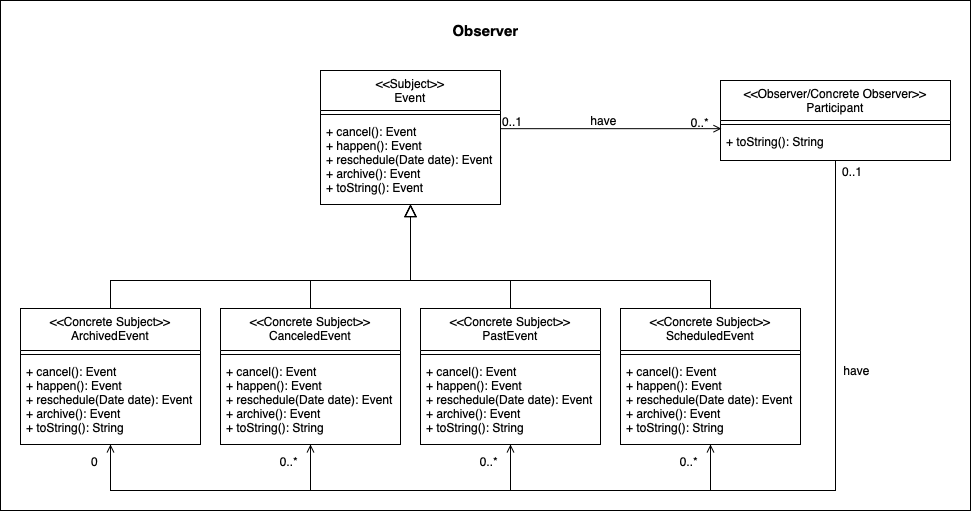
This is diagrams/Observer_UML.png from wsczd11/SENG301-Event_Manager, a draw.io export, as it was before one commit. Source tidied: cells renumbered, new cells last; positions are measured from the earlier drawing's top-left corner, leaving out a move shared by most shapes.
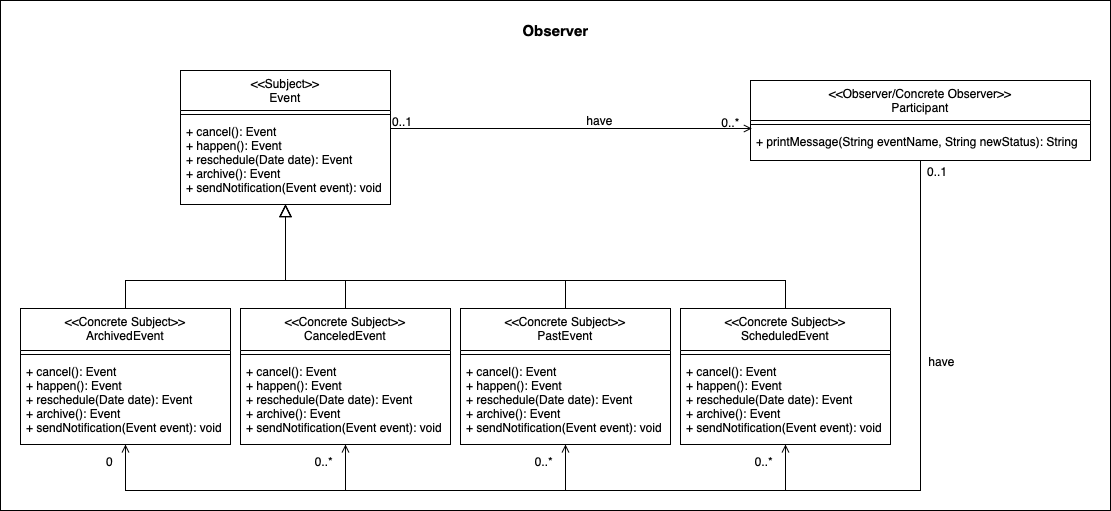
Above is the later version.

What changed in the source:
```diff
@@ -3,16 +3,16 @@
     <mxCell id="0" />
     <mxCell id="1" parent="0" />
     <mxCell id="2" style="rounded=0;whiteSpace=wrap;html=1;" parent="1" vertex="1">
-      <mxGeometry width="970" height="510" as="geometry" />
+      <mxGeometry width="1110" height="510" as="geometry" />
     </mxCell>
     <mxCell id="3" value="&lt;&lt;Subject&gt;&gt;&#10;Event" style="swimlane;fontStyle=0;align=center;verticalAlign=top;horizontal=1;startSize=40;rounded=0;shadow=0;strokeWidth=1;" parent="1" vertex="1">
-      <mxGeometry x="320" y="70" width="180" height="134" as="geometry" />
+      <mxGeometry x="180" y="70" width="210" height="134" as="geometry" />
     </mxCell>
     <mxCell id="4" style="line;html=1;strokeWidth=1;align=left;verticalAlign=middle;spacingTop=-1;spacingLeft=3;spacingRight=3;labelPosition=right;" parent="3" vertex="1">
-      <mxGeometry y="40" width="180" height="8" as="geometry" />
+      <mxGeometry y="40" width="210" height="8" as="geometry" />
     </mxCell>
-    <mxCell id="5" value="+ cancel(): Event&#10;+ happen(): Event&#10;+ reschedule(Date date): Event&#10;+ archive(): Event&#10;+ toString(): Event " style="text;align=left;verticalAlign=top;spacingLeft=4;spacingRight=4;overflow=hidden;" parent="3" vertex="1">
-      <mxGeometry y="48" width="180" height="86" as="geometry" />
+    <mxCell id="5" value="+ cancel(): Event&#10;+ happen(): Event&#10;+ reschedule(Date date): Event&#10;+ archive(): Event&#10;+ sendNotification(Event event): void " style="text;align=left;verticalAlign=top;spacingLeft=4;spacingRight=4;overflow=hidden;" parent="3" vertex="1">
+      <mxGeometry y="48" width="210" height="86" as="geometry" />
     </mxCell>
     <mxCell id="6" style="endArrow=open;shadow=0;strokeWidth=1;rounded=0;endFill=1;edgeStyle=elbowEdgeStyle;elbow=vertical;entryX=0.004;entryY=-0.004;entryDx=0;entryDy=0;entryPerimeter=0;" parent="1" edge="1" source="3" target="28">
       <mxGeometry x="0.5" y="41" relative="1" as="geometry">
@@ -35,40 +35,40 @@
       </mxGeometry>
     </mxCell>
     <mxCell id="10" value="&lt;&lt;Concrete Subject&gt;&gt;&#10;ArchivedEvent" style="swimlane;fontStyle=0;align=center;verticalAlign=top;horizontal=1;startSize=42;rounded=0;shadow=0;strokeWidth=1;" parent="1" vertex="1">
-      <mxGeometry x="20" y="308" width="180" height="136" as="geometry" />
+      <mxGeometry x="20" y="308" width="210" height="136" as="geometry" />
     </mxCell>
     <mxCell id="11" style="line;html=1;strokeWidth=1;align=left;verticalAlign=middle;spacingTop=-1;spacingLeft=3;spacingRight=3;labelPosition=right;" parent="10" vertex="1">
-      <mxGeometry y="42" width="180" height="8" as="geometry" />
+      <mxGeometry y="42" width="210" height="8" as="geometry" />
     </mxCell>
-    <mxCell id="12" value="+ cancel(): Event&#10;+ happen(): Event&#10;+ reschedule(Date date): Event&#10;+ archive(): Event&#10;+ toString(): String" style="text;align=left;verticalAlign=top;spacingLeft=4;spacingRight=4;overflow=hidden;fontStyle=0;" parent="10" vertex="1">
-      <mxGeometry y="50" width="180" height="86" as="geometry" />
+    <mxCell id="12" value="+ cancel(): Event&#10;+ happen(): Event&#10;+ reschedule(Date date): Event&#10;+ archive(): Event&#10;+ sendNotification(Event event): void " style="text;align=left;verticalAlign=top;spacingLeft=4;spacingRight=4;overflow=hidden;fontStyle=0;" parent="10" vertex="1">
+      <mxGeometry y="50" width="210" height="86" as="geometry" />
     </mxCell>
     <mxCell id="13" value="&lt;&lt;Concrete Subject&gt;&gt;&#10;CanceledEvent" style="swimlane;fontStyle=0;align=center;verticalAlign=top;horizontal=1;startSize=42;rounded=0;shadow=0;strokeWidth=1;" parent="1" vertex="1">
-      <mxGeometry x="220" y="308" width="180" height="136" as="geometry" />
+      <mxGeometry x="240" y="308" width="210" height="136" as="geometry" />
     </mxCell>
     <mxCell id="14" style="line;html=1;strokeWidth=1;align=left;verticalAlign=middle;spacingTop=-1;spacingLeft=3;spacingRight=3;labelPosition=right;" parent="13" vertex="1">
-      <mxGeometry y="42" width="180" height="8" as="geometry" />
+      <mxGeometry y="42" width="210" height="8" as="geometry" />
     </mxCell>
-    <mxCell id="15" value="+ cancel(): Event&#10;+ happen(): Event&#10;+ reschedule(Date date): Event&#10;+ archive(): Event&#10;+ toString(): String" style="text;align=left;verticalAlign=top;spacingLeft=4;spacingRight=4;overflow=hidden;fontStyle=0;" parent="13" vertex="1">
-      <mxGeometry y="50" width="180" height="86" as="geometry" />
+    <mxCell id="15" value="+ cancel(): Event&#10;+ happen(): Event&#10;+ reschedule(Date date): Event&#10;+ archive(): Event&#10;+ sendNotification(Event event): void " style="text;align=left;verticalAlign=top;spacingLeft=4;spacingRight=4;overflow=hidden;fontStyle=0;" parent="13" vertex="1">
+      <mxGeometry y="50" width="210" height="86" as="geometry" />
     </mxCell>
     <mxCell id="16" value="&lt;&lt;Concrete Subject&gt;&gt;&#10;PastEvent" style="swimlane;fontStyle=0;align=center;verticalAlign=top;horizontal=1;startSize=42;rounded=0;shadow=0;strokeWidth=1;" parent="1" vertex="1">
-      <mxGeometry x="420" y="308" width="180" height="136" as="geometry" />
+      <mxGeometry x="460" y="308" width="210" height="136" as="geometry" />
     </mxCell>
     <mxCell id="17" style="line;html=1;strokeWidth=1;align=left;verticalAlign=middle;spacingTop=-1;spacingLeft=3;spacingRight=3;labelPosition=right;" parent="16" vertex="1">
-      <mxGeometry y="42" width="180" height="8" as="geometry" />
+      <mxGeometry y="42" width="210" height="8" as="geometry" />
     </mxCell>
-    <mxCell id="18" value="+ cancel(): Event&#10;+ happen(): Event&#10;+ reschedule(Date date): Event&#10;+ archive(): Event&#10;+ toString(): String" style="text;align=left;verticalAlign=top;spacingLeft=4;spacingRight=4;overflow=hidden;fontStyle=0;" parent="16" vertex="1">
-      <mxGeometry y="50" width="180" height="86" as="geometry" />
+    <mxCell id="18" value="+ cancel(): Event&#10;+ happen(): Event&#10;+ reschedule(Date date): Event&#10;+ archive(): Event&#10;+ sendNotification(Event event): void " style="text;align=left;verticalAlign=top;spacingLeft=4;spacingRight=4;overflow=hidden;fontStyle=0;" parent="16" vertex="1">
+      <mxGeometry y="50" width="210" height="86" as="geometry" />
     </mxCell>
     <mxCell id="19" value="&lt;&lt;Concrete Subject&gt;&gt;&#10;ScheduledEvent" style="swimlane;fontStyle=0;align=center;verticalAlign=top;horizontal=1;startSize=42;rounded=0;shadow=0;strokeWidth=1;" parent="1" vertex="1">
-      <mxGeometry x="620" y="308" width="180" height="136" as="geometry" />
+      <mxGeometry x="680" y="308" width="210" height="136" as="geometry" />
     </mxCell>
     <mxCell id="20" style="line;html=1;strokeWidth=1;align=left;verticalAlign=middle;spacingTop=-1;spacingLeft=3;spacingRight=3;labelPosition=right;" parent="19" vertex="1">
-      <mxGeometry y="42" width="180" height="8" as="geometry" />
+      <mxGeometry y="42" width="210" height="8" as="geometry" />
     </mxCell>
-    <mxCell id="21" value="+ cancel(): Event&#10;+ happen(): Event&#10;+ reschedule(Date date): Event&#10;+ archive(): Event&#10;+ toString(): String" style="text;align=left;verticalAlign=top;spacingLeft=4;spacingRight=4;overflow=hidden;fontStyle=0;" parent="19" vertex="1">
-      <mxGeometry y="50" width="180" height="86" as="geometry" />
+    <mxCell id="21" value="+ cancel(): Event&#10;+ happen(): Event&#10;+ reschedule(Date date): Event&#10;+ archive(): Event&#10;+ sendNotification(Event event): void " style="text;align=left;verticalAlign=top;spacingLeft=4;spacingRight=4;overflow=hidden;fontStyle=0;" parent="19" vertex="1">
+      <mxGeometry y="50" width="210" height="86" as="geometry" />
     </mxCell>
     <mxCell id="22" style="endArrow=block;endSize=10;endFill=0;shadow=0;strokeWidth=1;rounded=0;edgeStyle=elbowEdgeStyle;elbow=vertical;exitX=0.5;exitY=0;exitDx=0;exitDy=0;entryX=0.5;entryY=1;entryDx=0;entryDy=0;" parent="1" edge="1" source="16" target="3">
       <mxGeometry relative="1" as="geometry">
@@ -110,13 +110,13 @@
       </mxGeometry>
     </mxCell>
     <mxCell id="26" value="&lt;&lt;Observer/Concrete Observer&gt;&gt;&#10;Participant" style="swimlane;fontStyle=0;align=center;verticalAlign=top;horizontal=1;startSize=40;rounded=0;shadow=0;strokeWidth=1;" parent="1" vertex="1">
-      <mxGeometry x="720" y="80" width="230" height="80" as="geometry" />
+      <mxGeometry x="750" y="80" width="340" height="80" as="geometry" />
     </mxCell>
     <mxCell id="27" style="line;html=1;strokeWidth=1;align=left;verticalAlign=middle;spacingTop=-1;spacingLeft=3;spacingRight=3;labelPosition=right;" parent="26" vertex="1">
-      <mxGeometry y="40" width="230" height="8" as="geometry" />
+      <mxGeometry y="40" width="340" height="8" as="geometry" />
     </mxCell>
-    <mxCell id="28" value="+ toString(): String" style="text;align=left;verticalAlign=top;spacingLeft=4;spacingRight=4;overflow=hidden;points=[[0,0.5],[1,0.5]];portConstraint=eastwest;" parent="26" vertex="1">
-      <mxGeometry y="48" width="230" height="22" as="geometry" />
+    <mxCell id="28" value="+ printMessage(String eventName, String newStatus): String" style="text;align=left;verticalAlign=top;spacingLeft=4;spacingRight=4;overflow=hidden;points=[[0,0.5],[1,0.5]];portConstraint=eastwest;" parent="26" vertex="1">
+      <mxGeometry y="48" width="340" height="22" as="geometry" />
     </mxCell>
     <mxCell id="29" style="endArrow=open;shadow=0;strokeWidth=1;rounded=0;endFill=1;edgeStyle=elbowEdgeStyle;elbow=vertical;exitX=0.5;exitY=1;exitDx=0;exitDy=0;entryX=0.5;entryY=1;entryDx=0;entryDy=0;" parent="1" edge="1" source="26" target="10">
       <mxGeometry x="0.5" y="41" relative="1" as="geometry">
@@ -133,7 +133,7 @@
     </mxCell>
     <mxCell id="31" value="have" style="text;html=1;align=center;verticalAlign=middle;labelBackgroundColor=none;rounded=0;shadow=0;strokeWidth=1;fontSize=12;" parent="29" vertex="1">
       <mxGeometry x="0.5" y="49" relative="1" as="geometry">
-        <mxPoint x="516" y="-169" as="offset" />
+        <mxPoint x="568" y="-179" as="offset" />
       </mxGeometry>
     </mxCell>
     <mxCell id="32" style="endArrow=open;shadow=0;strokeWidth=1;rounded=0;endFill=1;edgeStyle=elbowEdgeStyle;elbow=vertical;exitX=0.5;exitY=1;exitDx=0;exitDy=0;entryX=0.5;entryY=1;entryDx=0;entryDy=0;" parent="1" edge="1" source="26" target="13">
@@ -183,7 +183,7 @@
       </mxGeometry>
     </mxCell>
     <mxCell id="39" value="&lt;font style=&quot;font-size: 15px&quot;&gt;&lt;b&gt;Observer&lt;/b&gt;&lt;/font&gt;" style="text;html=1;align=center;verticalAlign=middle;strokeColor=none;" parent="1" vertex="1">
-      <mxGeometry x="445" y="20" width="80" height="20" as="geometry" />
+      <mxGeometry x="515" y="20" width="80" height="20" as="geometry" />
     </mxCell>
   </root>
 </mxGraphModel>
```
